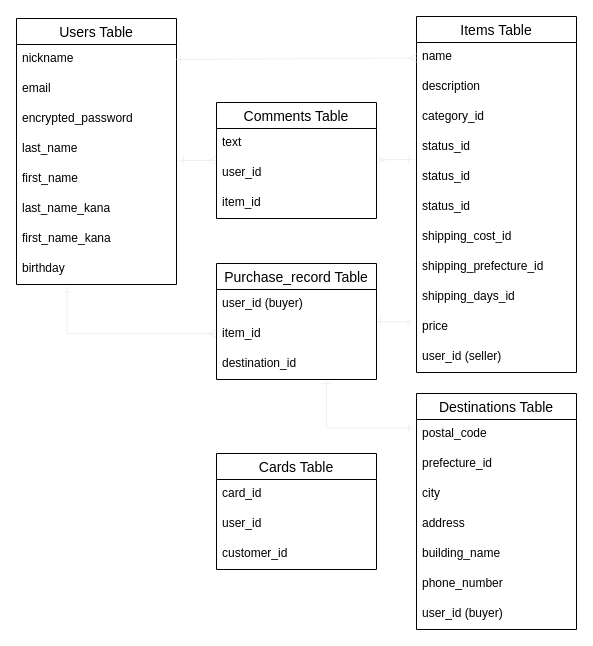
This is ER.dio from mika21m/furima-37161, a draw.io file, before an edit. Source tidied: cells renumbered, new cells numbered last; positions are measured from the earlier drawing's top-left corner, leaving out a move shared by most shapes. Both pictures are drawn from the tidied source at 100%, with x=0, y=0 at pixel (16, 16).
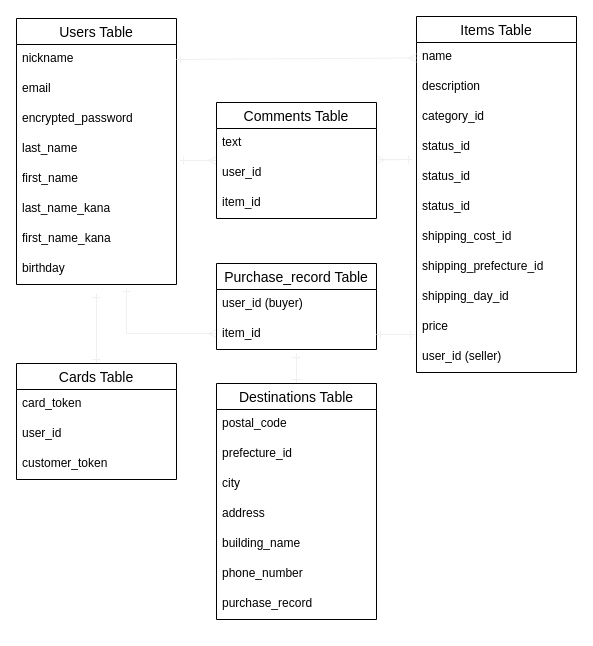
After the change.

Commit message (it also covers changes not shown here):
データベース設計修正3

The change refers to these unchanged cells:
```xml
<mxCell id="10" value="birthday&#10;" style="text;strokeColor=none;fillColor=none;spacingLeft=4;spacingRight=4;overflow=hidden;points=[[0,0.5],[1,0.5]];portConstraint=eastwest;fontSize=12;" parent="2" vertex="1">
  <mxGeometry y="236" width="160" height="30" as="geometry" />
</mxCell>
<mxCell id="11" value="Items Table" style="swimlane;fontStyle=0;horizontal=1;startSize=26;align=center;fontSize=14;" parent="1" vertex="1">
  <mxGeometry x="400" width="160" height="356" as="geometry" />
</mxCell>
<mxCell id="21" value="price" style="text;strokeColor=none;fillColor=none;spacingLeft=4;spacingRight=4;overflow=hidden;points=[[0,0.5],[1,0.5]];portConstraint=eastwest;fontSize=12;" parent="11" vertex="1">
  <mxGeometry y="296" width="160" height="30" as="geometry" />
</mxCell>
<mxCell id="30" value="postal_code" style="text;strokeColor=none;fillColor=none;spacingLeft=4;spacingRight=4;overflow=hidden;points=[[0,0.5],[1,0.5]];portConstraint=eastwest;fontSize=12;" parent="29" vertex="1">
  <mxGeometry y="26" width="160" height="30" as="geometry" />
</mxCell>
<mxCell id="47" value="item_id&#10;" style="text;strokeColor=none;fillColor=none;spacingLeft=4;spacingRight=4;overflow=hidden;points=[[0,0.5],[1,0.5]];portConstraint=eastwest;fontSize=12;" parent="45" vertex="1">
  <mxGeometry y="56" width="160" height="30" as="geometry" />
</mxCell>
```

Change to the diagram source:
```diff
@@
-    <mxCell id="20" value="shipping_days_id" style="text;strokeColor=none;fillColor=none;spacingLeft=4;spacingRight=4;overflow=hidden;fontSize=12;" parent="11" vertex="1">
+    <mxCell id="20" value="shipping_day_id" style="text;strokeColor=none;fillColor=none;spacingLeft=4;spacingRight=4;overflow=hidden;fontSize=12;" parent="11" vertex="1">
       <mxGeometry y="266" width="160" height="30" as="geometry" />
     </mxCell>
@@
+    <mxCell id="49" style="edgeStyle=orthogonalEdgeStyle;rounded=0;jettySize=auto;html=1;shadow=0;startArrow=ERone;startFill=0;endArrow=ERone;endFill=0;strokeColor=#f0f0f0;" parent="1" edge="1" source="29">
+      <mxGeometry relative="1" as="geometry">
+        <mxPoint x="280" y="367" as="targetPoint" />
+        <Array as="points">
+          <mxPoint x="280" y="357" />
+          <mxPoint x="280" y="357" />
+        </Array>
+      </mxGeometry>
+    </mxCell>
+    <mxCell id="50" style="edgeStyle=orthogonalEdgeStyle;rounded=0;jettySize=auto;html=1;shadow=0;startArrow=ERone;startFill=0;endArrow=ERone;endFill=0;strokeColor=#f0f0f0;" parent="1" edge="1" source="29">
+      <mxGeometry relative="1" as="geometry">
+        <mxPoint x="280" y="337" as="targetPoint" />
+      </mxGeometry>
+    </mxCell>
     <mxCell id="29" value="Destinations Table" style="swimlane;fontStyle=0;horizontal=1;startSize=26;align=center;fontSize=14;" parent="1" vertex="1">
-      <mxGeometry x="400" y="377" width="160" height="236" as="geometry" />
+      <mxGeometry x="200" y="367" width="160" height="236" as="geometry" />
     </mxCell>
@@
-    <mxCell id="36" value="user_id (buyer)" style="text;strokeColor=none;fillColor=none;spacingLeft=4;spacingRight=4;overflow=hidden;fontSize=12;" parent="29" vertex="1">
+    <mxCell id="36" value="purchase_record" style="text;strokeColor=none;fillColor=none;spacingLeft=4;spacingRight=4;overflow=hidden;fontSize=12;" parent="29" vertex="1">
       <mxGeometry y="206" width="160" height="30" as="geometry" />
     </mxCell>
+    <mxCell id="51" style="edgeStyle=orthogonalEdgeStyle;rounded=0;jettySize=auto;html=1;shadow=0;startArrow=ERone;startFill=0;endArrow=ERone;endFill=0;strokeColor=#f0f0f0;" parent="1" edge="1" source="37">
+      <mxGeometry relative="1" as="geometry">
+        <mxPoint x="80" y="277" as="targetPoint" />
+        <Array as="points">
+          <mxPoint x="80" y="287" />
+          <mxPoint x="80" y="287" />
+        </Array>
+      </mxGeometry>
+    </mxCell>
     <mxCell id="37" value="Cards Table" style="swimlane;fontStyle=0;horizontal=1;startSize=26;align=center;fontSize=14;" parent="1" vertex="1">
-      <mxGeometry x="200" y="437" width="160" height="116" as="geometry" />
+      <mxGeometry y="347" width="160" height="116" as="geometry" />
     </mxCell>
-    <mxCell id="38" value="card_id" style="text;strokeColor=none;fillColor=none;spacingLeft=4;spacingRight=4;overflow=hidden;fontSize=12;" parent="37" vertex="1">
+    <mxCell id="38" value="card_token&#10;" style="text;strokeColor=none;fillColor=none;spacingLeft=4;spacingRight=4;overflow=hidden;fontSize=12;" parent="37" vertex="1">
       <mxGeometry y="26" width="160" height="30" as="geometry" />
     </mxCell>
@@
-    <mxCell id="40" value="customer_id" style="text;strokeColor=none;fillColor=none;spacingLeft=4;spacingRight=4;overflow=hidden;fontSize=12;" parent="37" vertex="1">
+    <mxCell id="40" value="customer_token" style="text;strokeColor=none;fillColor=none;spacingLeft=4;spacingRight=4;overflow=hidden;fontSize=12;" parent="37" vertex="1">
       <mxGeometry y="86" width="160" height="30" as="geometry" />
     </mxCell>
@@
-    <mxCell id="42" style="edgeStyle=none;rounded=0;jettySize=auto;html=1;shadow=0;startArrow=ERone;startFill=0;endArrow=ERone;endFill=0;strokeColor=#f0f0f0;entryX=-0.028;entryY=0.317;entryDx=0;entryDy=0;entryPerimeter=0;" parent="1" edge="1" source="45" target="21">
-      <mxGeometry relative="1" as="geometry" />
-    </mxCell>
-    <mxCell id="43" style="edgeStyle=orthogonalEdgeStyle;rounded=0;jettySize=auto;html=1;shadow=0;startArrow=ERmany;startFill=0;endArrow=ERone;endFill=0;strokeColor=#f0f0f0;entryX=0.316;entryY=1.111;entryDx=0;entryDy=0;entryPerimeter=0;" parent="1" edge="1" source="45" target="10">
+    <mxCell id="43" style="edgeStyle=orthogonalEdgeStyle;rounded=0;jettySize=auto;html=1;shadow=0;startArrow=ERmany;startFill=0;endArrow=ERone;endFill=0;strokeColor=#f0f0f0;" parent="1" edge="1" source="45">
       <mxGeometry relative="1" as="geometry">
+        <mxPoint x="110" y="271" as="targetPoint" />
         <Array as="points">
-          <mxPoint x="51" y="317" />
+          <mxPoint x="110" y="317" />
+          <mxPoint x="110" y="271" />
         </Array>
       </mxGeometry>
     </mxCell>
-    <mxCell id="44" style="edgeStyle=orthogonalEdgeStyle;rounded=0;jettySize=auto;html=1;entryX=-0.023;entryY=0.278;entryDx=0;entryDy=0;entryPerimeter=0;shadow=0;startArrow=ERone;startFill=0;endArrow=ERone;endFill=0;strokeColor=#f0f0f0;" parent="1" edge="1" source="45" target="30">
-      <mxGeometry relative="1" as="geometry">
-        <Array as="points">
-          <mxPoint x="310" y="411" />
-        </Array>
-      </mxGeometry>
-    </mxCell>
     <mxCell id="45" value="Purchase_record Table" style="swimlane;fontStyle=0;horizontal=1;startSize=26;align=center;fontSize=14;" parent="1" vertex="1">
-      <mxGeometry x="200" y="247" width="160" height="116" as="geometry" />
+      <mxGeometry x="200" y="247" width="160" height="86" as="geometry" />
     </mxCell>
@@
-    <mxCell id="48" value="destination_id" style="text;strokeColor=none;fillColor=none;spacingLeft=4;spacingRight=4;overflow=hidden;fontSize=12;" parent="45" vertex="1">
-      <mxGeometry y="86" width="160" height="30" as="geometry" />
-    </mxCell>
+    <mxCell id="52" style="edgeStyle=orthogonalEdgeStyle;rounded=0;jettySize=auto;html=1;exitX=1;exitY=0.5;exitDx=0;exitDy=0;entryX=-0.012;entryY=0.706;entryDx=0;entryDy=0;entryPerimeter=0;shadow=0;startArrow=ERone;startFill=0;endArrow=ERone;endFill=0;strokeColor=#f0f0f0;" parent="1" edge="1" source="47" target="21">
+      <mxGeometry relative="1" as="geometry" />
+    </mxCell>
```
